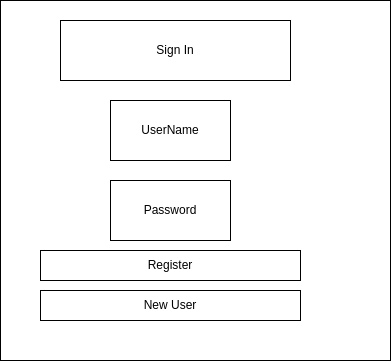
Above: SignIn.drawio.png in cdac-project-2025/project-diagrams (draw.io), before the change. Source tidied: cells renumbered, new cells last; positions are measured from the earlier drawing's top-left corner, leaving out a move shared by most shapes. The source it was exported from:
```xml
<mxGraphModel>
  <root>
    <mxCell id="0" />
    <mxCell id="1" parent="0" />
    <mxCell id="2" style="rounded=0;whiteSpace=wrap;html=1;" parent="1" vertex="1">
      <mxGeometry width="390" height="360" as="geometry" />
    </mxCell>
    <mxCell id="3" value="Sign In" style="rounded=0;whiteSpace=wrap;html=1;" parent="1" vertex="1">
      <mxGeometry x="60" y="20" width="230" height="60" as="geometry" />
    </mxCell>
    <mxCell id="4" value="UserName&lt;span style=&quot;color: rgba(0, 0, 0, 0); font-family: monospace; font-size: 0px; text-align: start; text-wrap: nowrap;&quot;&gt;%3CmxGraphModel%3E%3Croot%3E%3CmxCell%20id%3D%220%22%2F%3E%3CmxCell%20id%3D%221%22%20parent%3D%220%22%2F%3E%3CmxCell%20id%3D%222%22%20value%3D%22%22%20style%3D%22rounded%3D0%3BwhiteSpace%3Dwrap%3Bhtml%3D1%3B%22%20vertex%3D%221%22%20parent%3D%221%22%3E%3CmxGeometry%20x%3D%2290%22%20y%3D%2270%22%20width%3D%22390%22%20height%3D%22360%22%20as%3D%22geometry%22%2F%3E%3C%2FmxCell%3E%3C%2Froot%3E%3C%2FmxGraphModel%3E&lt;/span&gt;&lt;span style=&quot;color: rgba(0, 0, 0, 0); font-family: monospace; font-size: 0px; text-align: start; text-wrap: nowrap;&quot;&gt;%3CmxGraphModel%3E%3Croot%3E%3CmxCell%20id%3D%220%22%2F%3E%3CmxCell%20id%3D%221%22%20parent%3D%220%22%2F%3E%3CmxCell%20id%3D%222%22%20value%3D%22%22%20style%3D%22rounded%3D0%3BwhiteSpace%3Dwrap%3Bhtml%3D1%3B%22%20vertex%3D%221%22%20parent%3D%221%22%3E%3CmxGeometry%20x%3D%2290%22%20y%3D%2270%22%20width%3D%22390%22%20height%3D%22360%22%20as%3D%22geometry%22%2F%3E%3C%2FmxCell%3E%3C%2Froot%3E%3C%2FmxGraphModel%3E&lt;/span&gt;" style="rounded=0;whiteSpace=wrap;html=1;" parent="1" vertex="1">
      <mxGeometry x="110" y="100" width="120" height="60" as="geometry" />
    </mxCell>
    <mxCell id="5" value="Password" style="rounded=0;whiteSpace=wrap;html=1;" parent="1" vertex="1">
      <mxGeometry x="110" y="180" width="120" height="60" as="geometry" />
    </mxCell>
    <mxCell id="6" value="Register&lt;span style=&quot;color: rgba(0, 0, 0, 0); font-family: monospace; font-size: 0px; text-align: start; text-wrap: nowrap;&quot;&gt;%3CmxGraphModel%3E%3Croot%3E%3CmxCell%20id%3D%220%22%2F%3E%3CmxCell%20id%3D%221%22%20parent%3D%220%22%2F%3E%3CmxCell%20id%3D%222%22%20value%3D%22UserName%26lt%3Bspan%20style%3D%26quot%3Bcolor%3A%20rgba(0%2C%200%2C%200%2C%200)%3B%20font-family%3A%20monospace%3B%20font-size%3A%200px%3B%20text-align%3A%20start%3B%20text-wrap%3A%20nowrap%3B%26quot%3B%26gt%3B%253CmxGraphModel%253E%253Croot%253E%253CmxCell%2520id%253D%25220%2522%252F%253E%253CmxCell%2520id%253D%25221%2522%2520parent%253D%25220%2522%252F%253E%253CmxCell%2520id%253D%25222%2522%2520value%253D%2522%2522%2520style%253D%2522rounded%253D0%253BwhiteSpace%253Dwrap%253Bhtml%253D1%253B%2522%2520vertex%253D%25221%2522%2520parent%253D%25221%2522%253E%253CmxGeometry%2520x%253D%252290%2522%2520y%253D%252270%2522%2520width%253D%2522390%2522%2520height%253D%2522360%2522%2520as%253D%2522geometry%2522%252F%253E%253C%252FmxCell%253E%253C%252Froot%253E%253C%252FmxGraphModel%253E%26lt%3B%2Fspan%26gt%3B%26lt%3Bspan%20style%3D%26quot%3Bcolor%3A%20rgba(0%2C%200%2C%200%2C%200)%3B%20font-family%3A%20monospace%3B%20font-size%3A%200px%3B%20text-align%3A%20start%3B%20text-wrap%3A%20nowrap%3B%26quot%3B%26gt%3B%253CmxGraphModel%253E%253Croot%253E%253CmxCell%2520id%253D%25220%2522%252F%253E%253CmxCell%2520id%253D%25221%2522%2520parent%253D%25220%2522%252F%253E%253CmxCell%2520id%253D%25222%2522%2520value%253D%2522%2522%2520style%253D%2522rounded%253D0%253BwhiteSpace%253Dwrap%253Bhtml%253D1%253B%2522%2520vertex%253D%25221%2522%2520parent%253D%25221%2522%253E%253CmxGeometry%2520x%253D%252290%2522%2520y%253D%252270%2522%2520width%253D%2522390%2522%2520height%253D%2522360%2522%2520as%253D%2522geometry%2522%252F%253E%253C%252FmxCell%253E%253C%252Froot%253E%253C%252FmxGraphModel%253E%26lt%3B%2Fspan%26gt%3B%22%20style%3D%22rounded%3D0%3BwhiteSpace%3Dwrap%3Bhtml%3D1%3B%22%20vertex%3D%221%22%20parent%3D%221%22%3E%3CmxGeometry%20x%3D%22200%22%20y%3D%22170%22%20width%3D%22120%22%20height%3D%2260%22%20as%3D%22geometry%22%2F%3E%3C%2FmxCell%3E%3C%2Froot%3E%3C%2FmxGraphModel%3E&lt;/span&gt;" style="rounded=0;whiteSpace=wrap;html=1;" parent="1" vertex="1">
      <mxGeometry x="40" y="250" width="260" height="30" as="geometry" />
    </mxCell>
    <mxCell id="7" value="New User" style="rounded=0;whiteSpace=wrap;html=1;" parent="1" vertex="1">
      <mxGeometry x="40" y="290" width="260" height="30" as="geometry" />
    </mxCell>
  </root>
</mxGraphModel>
```
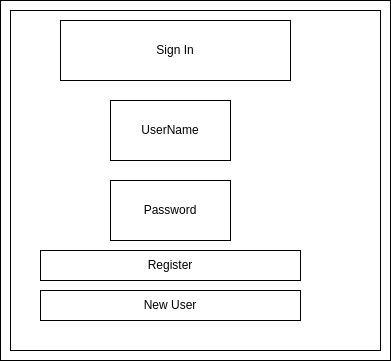
After the change.

Change to the diagram source:
```diff
@@ -5,6 +5,9 @@
     <mxCell id="2" style="rounded=0;whiteSpace=wrap;html=1;" parent="1" vertex="1">
       <mxGeometry width="390" height="360" as="geometry" />
     </mxCell>
+    <mxCell id="8" style="rounded=0;whiteSpace=wrap;html=1;" parent="1" vertex="1">
+      <mxGeometry x="10" y="10" width="370" height="340" as="geometry" />
+    </mxCell>
     <mxCell id="3" value="Sign In" style="rounded=0;whiteSpace=wrap;html=1;" parent="1" vertex="1">
       <mxGeometry x="60" y="20" width="230" height="60" as="geometry" />
     </mxCell>
```
